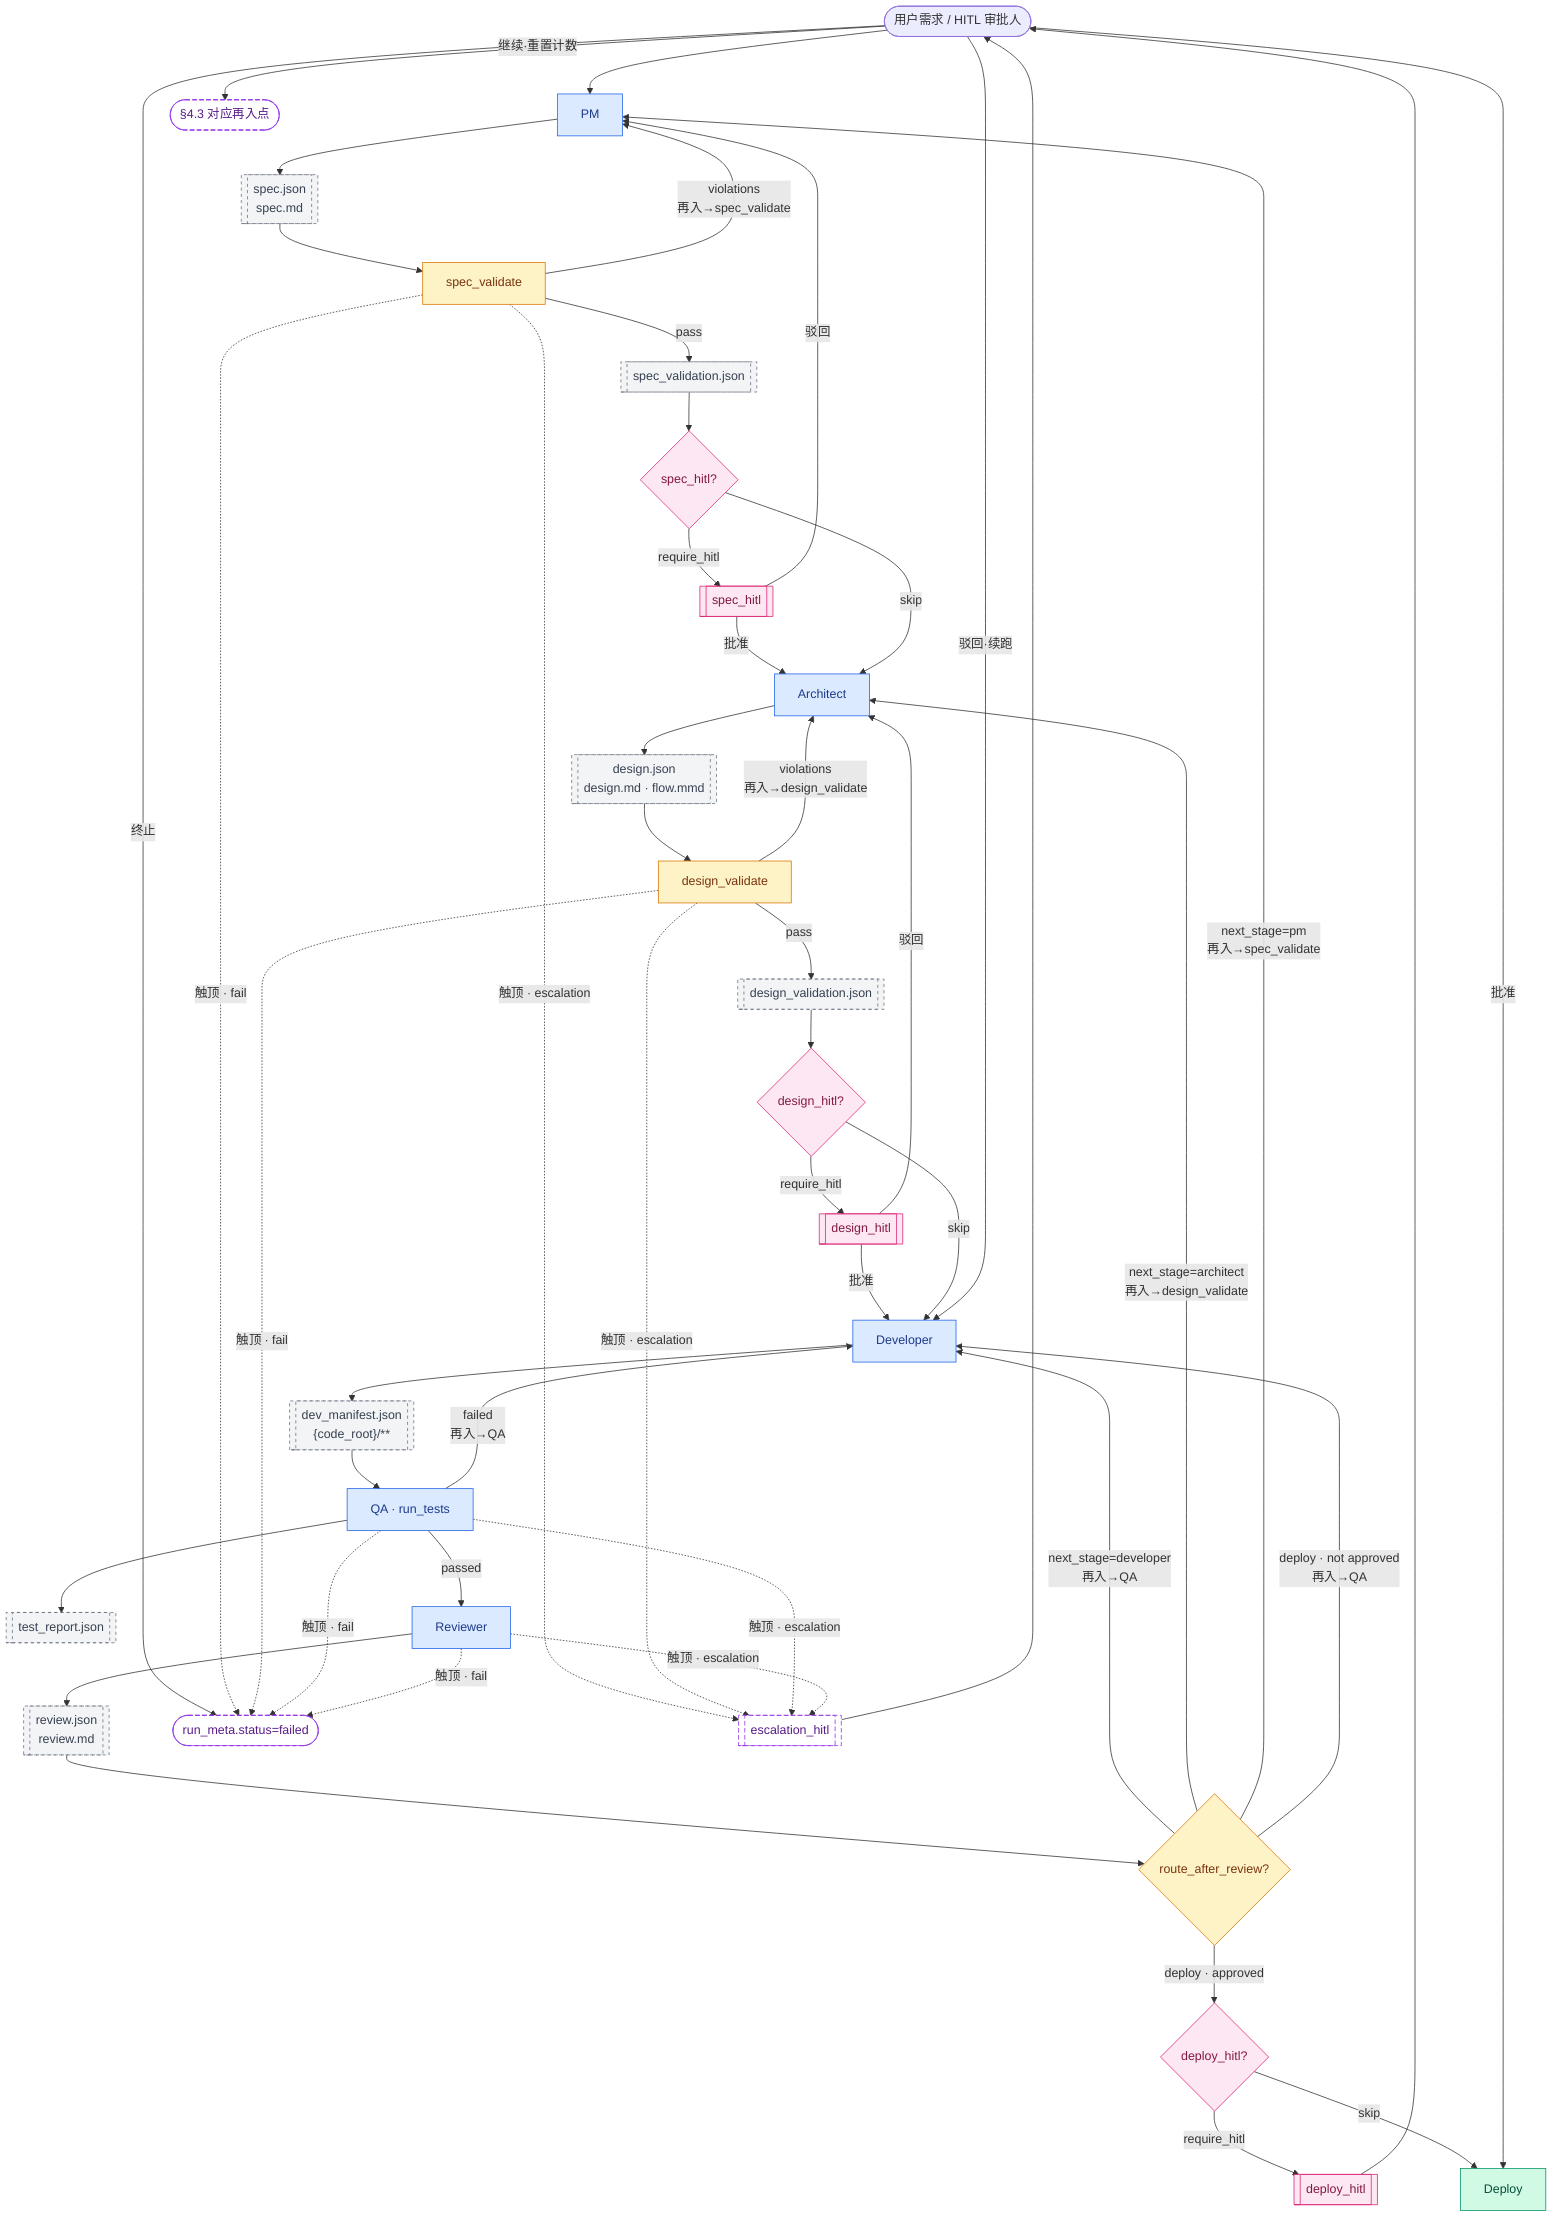
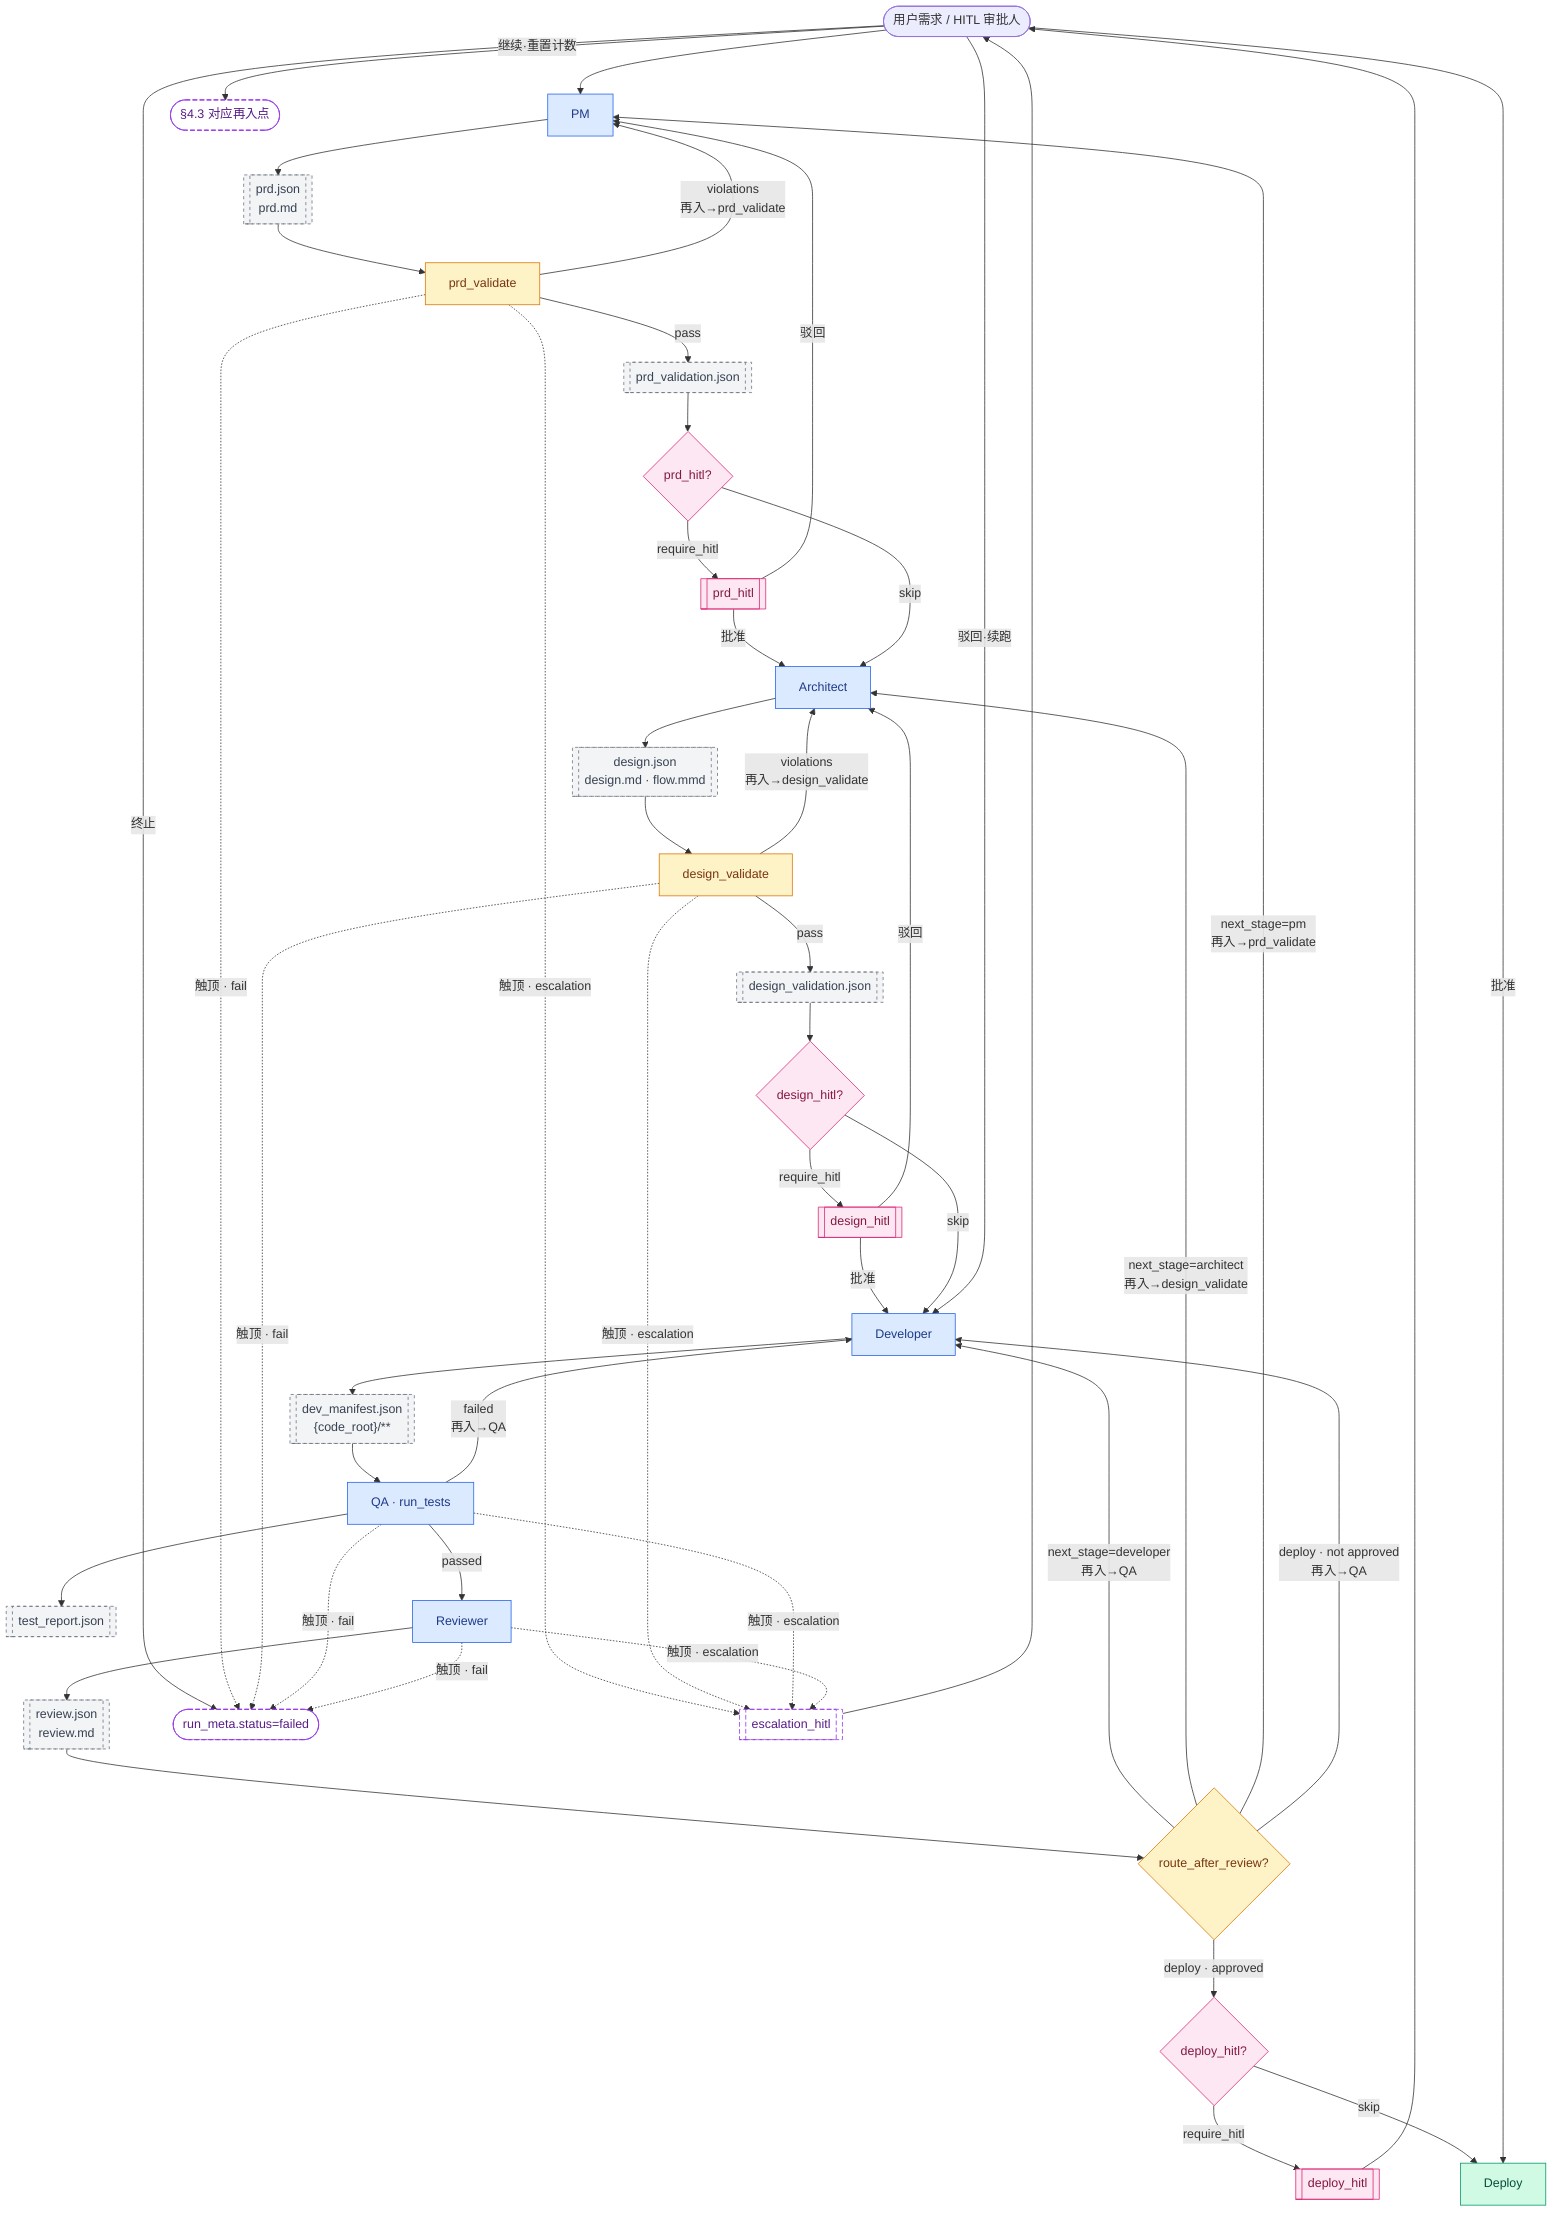
%% 多 Agent 研发流水线 — 全线 + 产物 + 条件回路 + 再入点
%% 与主线同步：docs/design/pipeline/multi-agent-pipeline-design.md §1 / §4.1
flowchart TB
    U(["用户需求 / HITL 审批人"]) --> PM

-     PM --> P_OUT[["spec.json<br/>spec.md"]]
-     P_OUT --> SV[spec_validate]
-     SV -->|"violations<br/>再入→spec_validate"| PM
-     SV -->|pass| SV_OUT[["spec_validation.json"]]
-     SV_OUT --> SH{spec_hitl?}
-     SH -->|require_hitl| H1[[spec_hitl]]
+     PM --> P_OUT[["prd.json<br/>prd.md"]]
+     P_OUT --> SV[prd_validate]
+     SV -->|"violations<br/>再入→prd_validate"| PM
+     SV -->|pass| SV_OUT[["prd_validation.json"]]
+     SV_OUT --> SH{prd_hitl?}
+     SH -->|require_hitl| H1[[prd_hitl]]
    H1 -->|驳回| PM
    H1 -->|批准| A
    SH -->|skip| A

    A[Architect] --> A_OUT[["design.json<br/>design.md · flow.mmd"]]
    A_OUT --> DV[design_validate]
    DV -->|"violations<br/>再入→design_validate"| A
    DV -->|pass| DV_OUT[["design_validation.json"]]
    DV_OUT --> DH{design_hitl?}
    DH -->|require_hitl| H2[[design_hitl]]
    H2 -->|驳回| A
    H2 -->|批准| D
    DH -->|skip| D

    D[Developer] --> D_OUT[["dev_manifest.json<br/>{code_root}/**"]]
    D_OUT --> QA[QA · run_tests]
    QA --> QA_OUT[["test_report.json"]]
    QA -->|"failed<br/>再入→QA"| D
    QA -->|passed| R[Reviewer]
    R --> R_OUT[["review.json<br/>review.md"]]
    R_OUT --> ROUTE{route_after_review?}
    ROUTE -->|"next_stage=developer<br/>再入→QA"| D
    ROUTE -->|"next_stage=architect<br/>再入→design_validate"| A
-     ROUTE -->|"next_stage=pm<br/>再入→spec_validate"| PM
+     ROUTE -->|"next_stage=pm<br/>再入→prd_validate"| PM
    ROUTE -->|"deploy · approved"| DH2{deploy_hitl?}
    ROUTE -->|"deploy · not approved<br/>再入→QA"| D
    DH2 -->|require_hitl| H3[[deploy_hitl]]
    DH2 -->|skip| DEPLOY[Deploy]
    H3 --> U
    U -->|批准| DEPLOY
    U -->|驳回·续跑| D
    U -->|终止| FAIL([run_meta.status=failed])

    SV -.->|触顶 · fail| FAIL
    DV -.->|触顶 · fail| FAIL
    QA -.->|触顶 · fail| FAIL
    R -.->|触顶 · fail| FAIL
    SV -.->|触顶 · escalation| ESC[[escalation_hitl]]
    DV -.->|触顶 · escalation| ESC
    QA -.->|触顶 · escalation| ESC
    R -.->|触顶 · escalation| ESC
    ESC --> U
    U -->|继续·重置计数| RESUME(["§4.3 对应再入点"])

    classDef agent fill:#dbeafe,stroke:#2563eb,color:#1e3a8a
    classDef gate fill:#fef3c7,stroke:#d97706,color:#78350f
    classDef hitl fill:#fce7f3,stroke:#db2777,color:#831843
    classDef artifact fill:#f3f4f6,stroke:#6b7280,stroke-dasharray:4 4,color:#374151
    classDef terminal fill:#d1fae5,stroke:#059669,color:#064e3b
    classDef escalation fill:#fff,stroke:#9333ea,stroke-dasharray:6 3,color:#581c87

    class PM,A,D,QA,R agent
    class SV,DV,ROUTE gate
    class SH,DH,DH2 hitl
    class H1,H2,H3 hitl
    class P_OUT,SV_OUT,A_OUT,DV_OUT,D_OUT,QA_OUT,R_OUT artifact
    class DEPLOY terminal
    class ESC,FAIL,RESUME escalation
